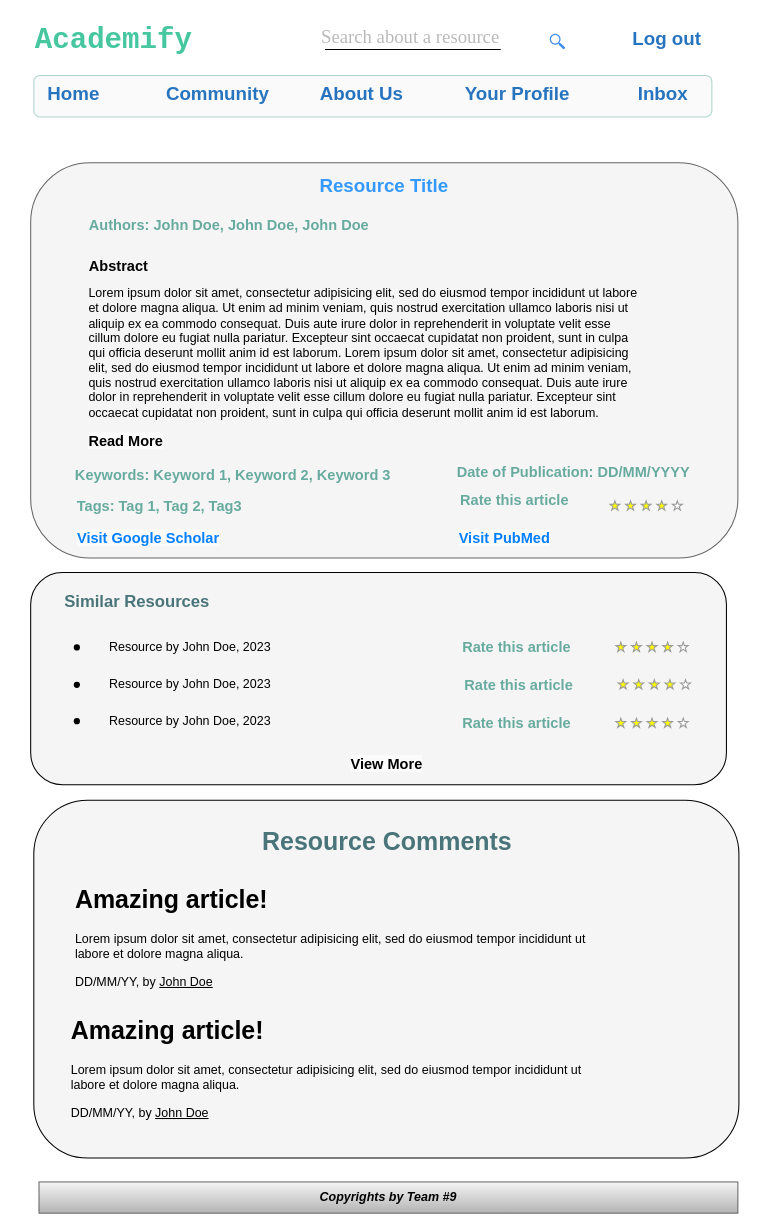
Above: Project Design/Wireframes/Resource Post.drawio in muhammed-ayman/ScholarStack (draw.io), before the change. Source tidied: cells renumbered, new cells numbered last; positions are measured from the earlier drawing's top-left corner, leaving out a move shared by most shapes. Both pictures are drawn from the tidied source at 104%, with x=0, y=0 at pixel (30, 19).
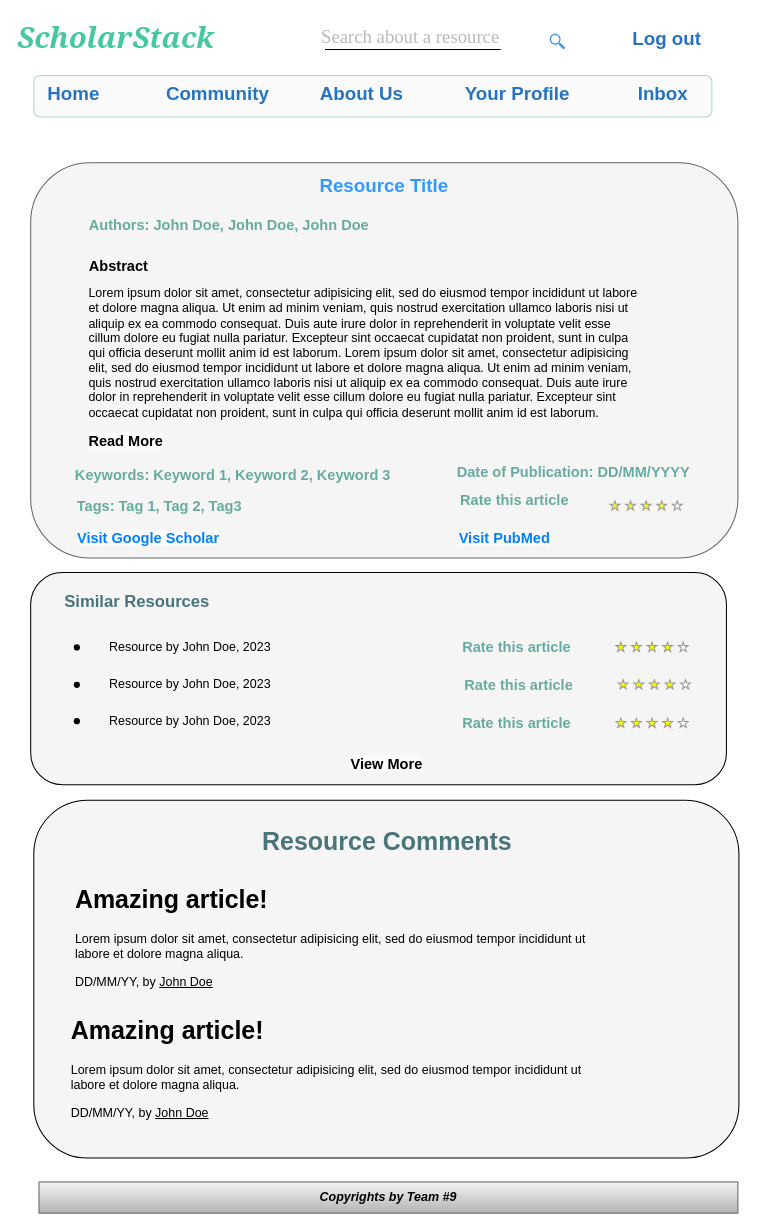
Above is the later version.

Commit message (it also covers changes not shown here):
updated project name in the wireframe

The edit, as a diff of the source:
```diff
@@
-    <mxCell id="4" value="Academify" style="text;spacingTop=-5;fontSize=28;fontStyle=1;align=center;horizontal=1;verticalAlign=middle;fontFamily=Courier New;fontColor=#46C7A0;" parent="1" vertex="1">
-      <mxGeometry y="0.2" width="160" height="35" as="geometry" />
+    <mxCell id="4" value="ScholarStack" style="text;spacingTop=-5;fontSize=28;fontStyle=3;align=center;horizontal=1;verticalAlign=middle;fontFamily=Georgia;fontColor=#46C7A0;" parent="1" vertex="1">
+      <mxGeometry x="2" y="0.2" width="160" height="35" as="geometry" />
     </mxCell>
```
